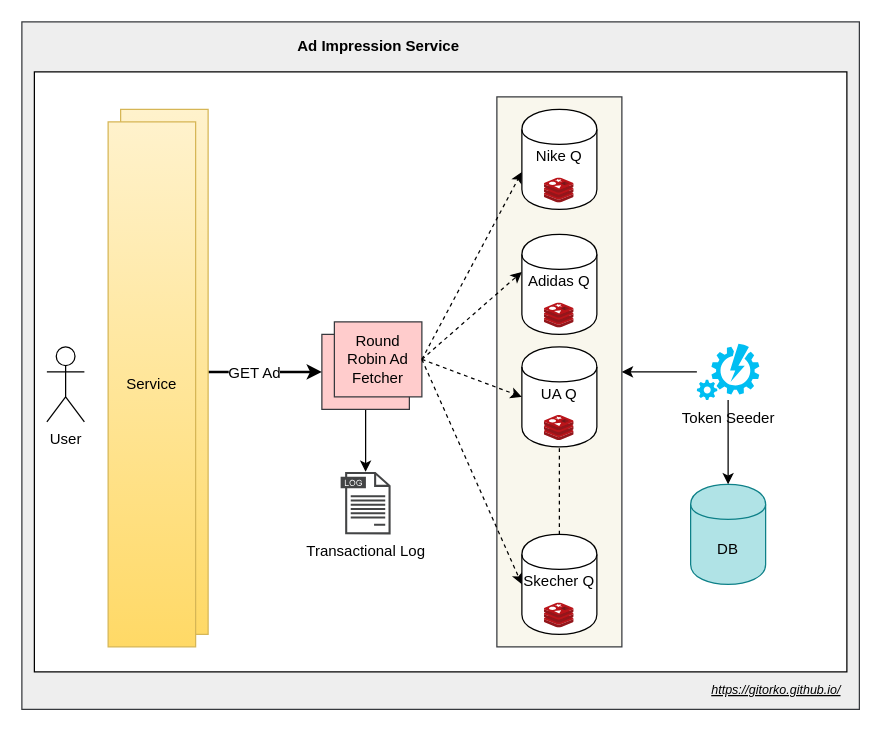
Above: post/grokking-the-system-design-interview/ad-impression.drawio in gitorko/gitorko.github.io (draw.io), before the change. Source tidied: cells renumbered, new cells numbered last; positions are measured from the earlier drawing's top-left corner, leaving out a move shared by most shapes. Both pictures are drawn from the tidied source at 125%, with x=0, y=0 at pixel (21, 21).
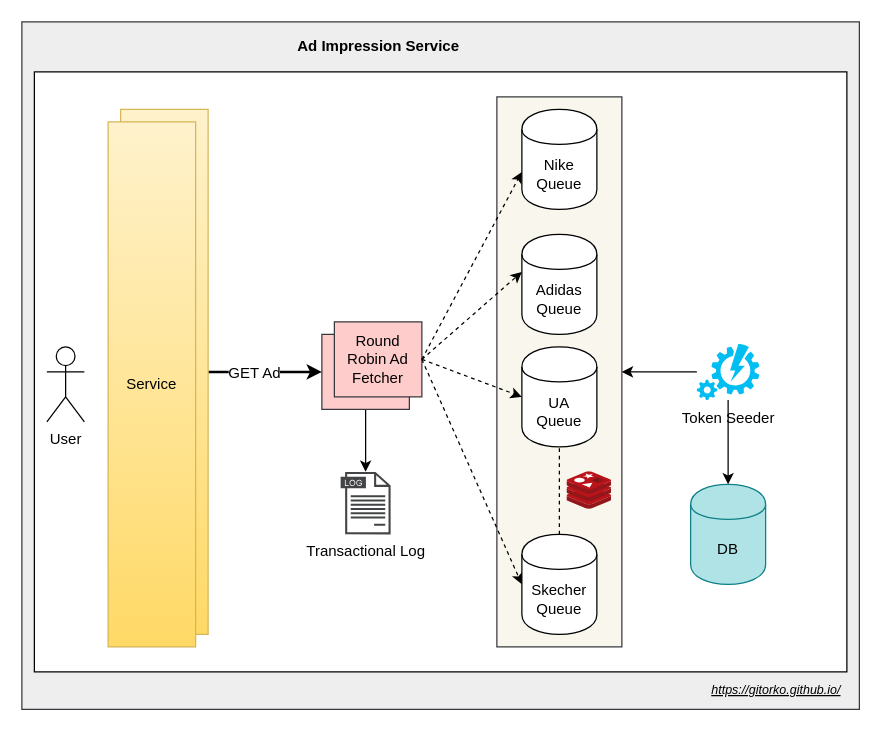
Above is the later version.

Unchanged cells that the change refers to:
```xml
<mxCell id="16" style="group;" parent="1" vertex="1">
  <mxGeometry x="400" y="70" width="60" height="80" as="geometry" />
</mxCell>
<mxCell id="19" style="group;" parent="1" vertex="1">
  <mxGeometry x="400" y="260" width="60" height="80" as="geometry" />
</mxCell>
<mxCell id="24" style="group;" parent="1" vertex="1">
  <mxGeometry x="400" y="410" width="60" height="80" as="geometry" />
</mxCell>
<mxCell id="30" style="group;" parent="1" vertex="1">
  <mxGeometry x="400" y="170" width="60" height="80" as="geometry" />
</mxCell>
```

Diff of the diagram source:
```diff
@@
-    <mxCell id="17" value="Nike Q&lt;br&gt;&lt;br&gt;&lt;br&gt;" style="shape=cylinder;whiteSpace=wrap;html=1;boundedLbl=1;backgroundOutline=1;" parent="16" vertex="1">
+    <mxCell id="17" value="Nike&lt;br&gt;Queue" style="shape=cylinder;whiteSpace=wrap;html=1;boundedLbl=1;backgroundOutline=1;" parent="16" vertex="1">
       <mxGeometry width="60" height="80" as="geometry" />
     </mxCell>
-    <mxCell id="18" style="html=1;align=center;image;fontSize=12;image=img/lib/mscae/Cache_Redis_Product.svg;" parent="16" vertex="1">
-      <mxGeometry x="18.1" y="55" width="23.8" height="20" as="geometry" />
-    </mxCell>
@@
-    <mxCell id="20" value="UA Q&lt;br&gt;&lt;br&gt;&lt;br&gt;" style="shape=cylinder;whiteSpace=wrap;html=1;boundedLbl=1;backgroundOutline=1;" parent="19" vertex="1">
+    <mxCell id="20" value="UA &lt;br&gt;Queue" style="shape=cylinder;whiteSpace=wrap;html=1;boundedLbl=1;backgroundOutline=1;" parent="19" vertex="1">
       <mxGeometry width="60" height="80" as="geometry" />
     </mxCell>
-    <mxCell id="21" style="html=1;align=center;image;fontSize=12;image=img/lib/mscae/Cache_Redis_Product.svg;" parent="19" vertex="1">
-      <mxGeometry x="18.1" y="55" width="23.8" height="20" as="geometry" />
-    </mxCell>
@@
-    <mxCell id="25" value="Skecher Q&lt;br&gt;&lt;br&gt;&lt;br&gt;" style="shape=cylinder;whiteSpace=wrap;html=1;boundedLbl=1;backgroundOutline=1;" parent="24" vertex="1">
+    <mxCell id="25" value="Skecher &lt;br&gt;Queue" style="shape=cylinder;whiteSpace=wrap;html=1;boundedLbl=1;backgroundOutline=1;" parent="24" vertex="1">
       <mxGeometry width="60" height="80" as="geometry" />
     </mxCell>
-    <mxCell id="26" style="html=1;align=center;image;fontSize=12;image=img/lib/mscae/Cache_Redis_Product.svg;" parent="24" vertex="1">
-      <mxGeometry x="18.1" y="55" width="23.8" height="20" as="geometry" />
-    </mxCell>
@@
-    <mxCell id="31" value="Adidas Q&lt;br&gt;&lt;br&gt;&lt;br&gt;" style="shape=cylinder;whiteSpace=wrap;html=1;boundedLbl=1;backgroundOutline=1;" parent="30" vertex="1">
+    <mxCell id="31" value="Adidas &lt;br&gt;Queue" style="shape=cylinder;whiteSpace=wrap;html=1;boundedLbl=1;backgroundOutline=1;" parent="30" vertex="1">
       <mxGeometry width="60" height="80" as="geometry" />
     </mxCell>
-    <mxCell id="32" style="html=1;align=center;image;fontSize=12;image=img/lib/mscae/Cache_Redis_Product.svg;" parent="30" vertex="1">
-      <mxGeometry x="18.1" y="55" width="23.8" height="20" as="geometry" />
-    </mxCell>
@@
+    <mxCell id="18" style="html=1;align=center;image;fontSize=12;image=img/lib/mscae/Cache_Redis_Product.svg;" parent="1" vertex="1">
+      <mxGeometry x="436.2" y="360" width="35.7" height="30" as="geometry" />
+    </mxCell>
```
